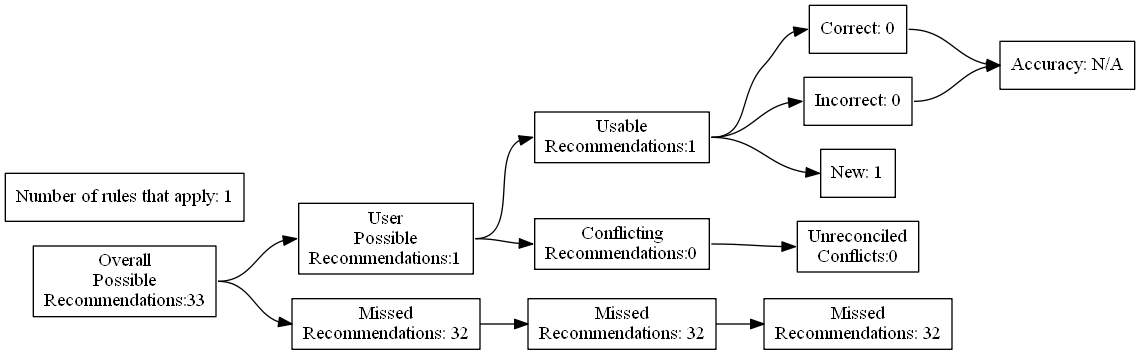
ZaxR/ibd_diet_analysis keeps this Graphviz diagram as test_renders/102.gv.png. Above is the earlier version. Its source is kept beside it as test_renders/102.gv.
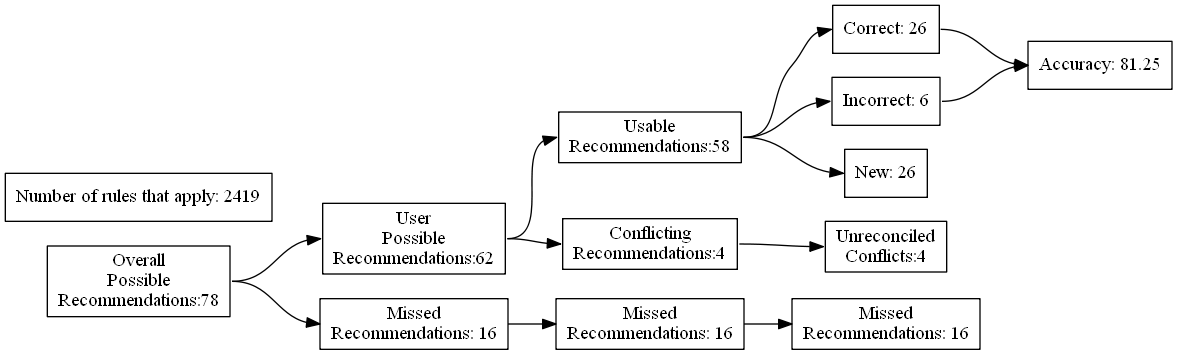
After the commit.

What changed in the source:
```diff
@@ -4,27 +4,27 @@
 	edge [headport=w tailport=e]
 		A [label="Overall
 Possible
-Recommendations:33"]
+Recommendations:78"]
 		B [label="User
 Possible
-Recommendations:1"]
+Recommendations:62"]
 		C [label="Missed
-Recommendations: 32"]
+Recommendations: 16"]
 		D [label="Usable
-Recommendations:1"]
+Recommendations:58"]
 		E [label="Conflicting
-Recommendations:0"]
+Recommendations:4"]
 		J [label="Missed
-Recommendations: 32"]
+Recommendations: 16"]
 		M [label="Unreconciled
-Conflicts:0"]
-		F [label="Correct: 0"]
-		G [label="Incorrect: 0"]
-		H [label="New: 1"]
+Conflicts:4"]
+		F [label="Correct: 26"]
+		G [label="Incorrect: 6"]
+		H [label="New: 26"]
 		K [label="Missed
-Recommendations: 32"]
-		I [label="Accuracy: N/A"]
-		l [label="Number of rules that apply: 1"]
+Recommendations: 16"]
+		I [label="Accuracy: 81.25"]
+		l [label="Number of rules that apply: 2419"]
 			A -> B
 			A -> C
 			B -> D
```
